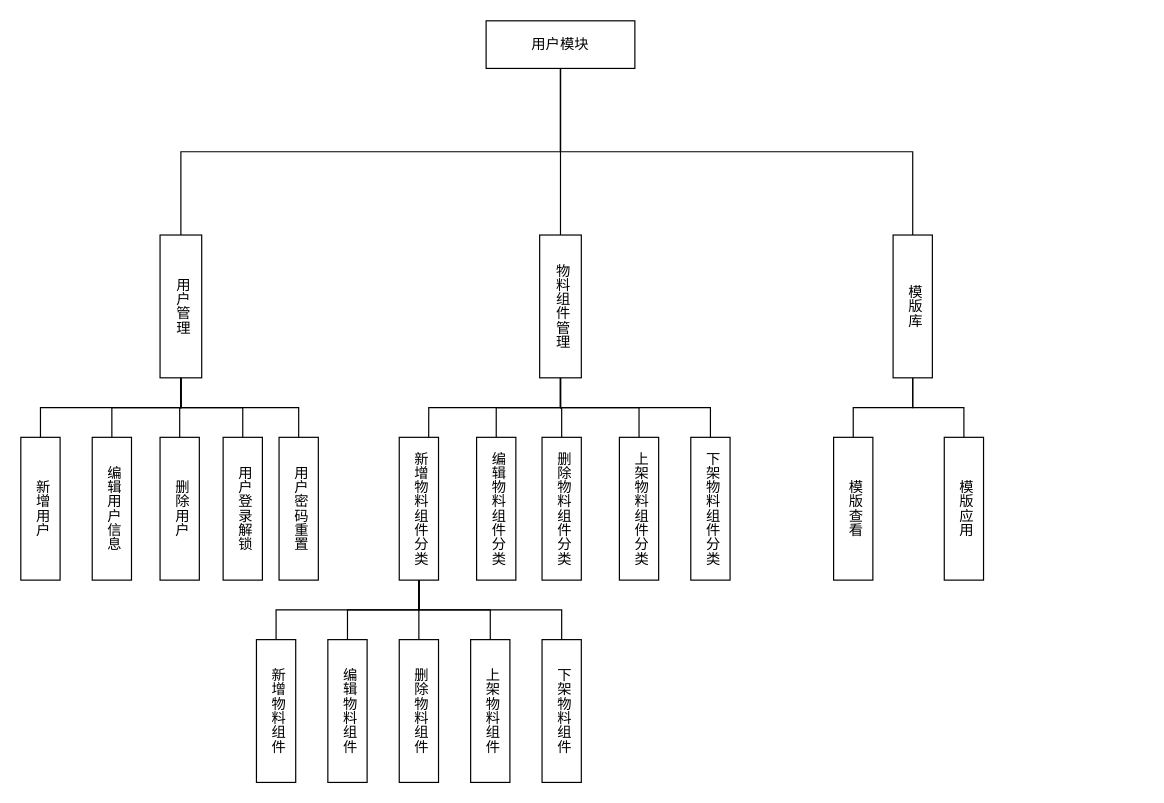
This is 后台管理模块结构图.drawio from yuxinyu12345/diagrams, a draw.io file, before an edit. Source tidied: cells renumbered, new cells numbered last; positions are measured from the earlier drawing's top-left corner, leaving out a move shared by most shapes. Both pictures are drawn from the tidied source at 119%, with x=0, y=0 at pixel (20, 20).
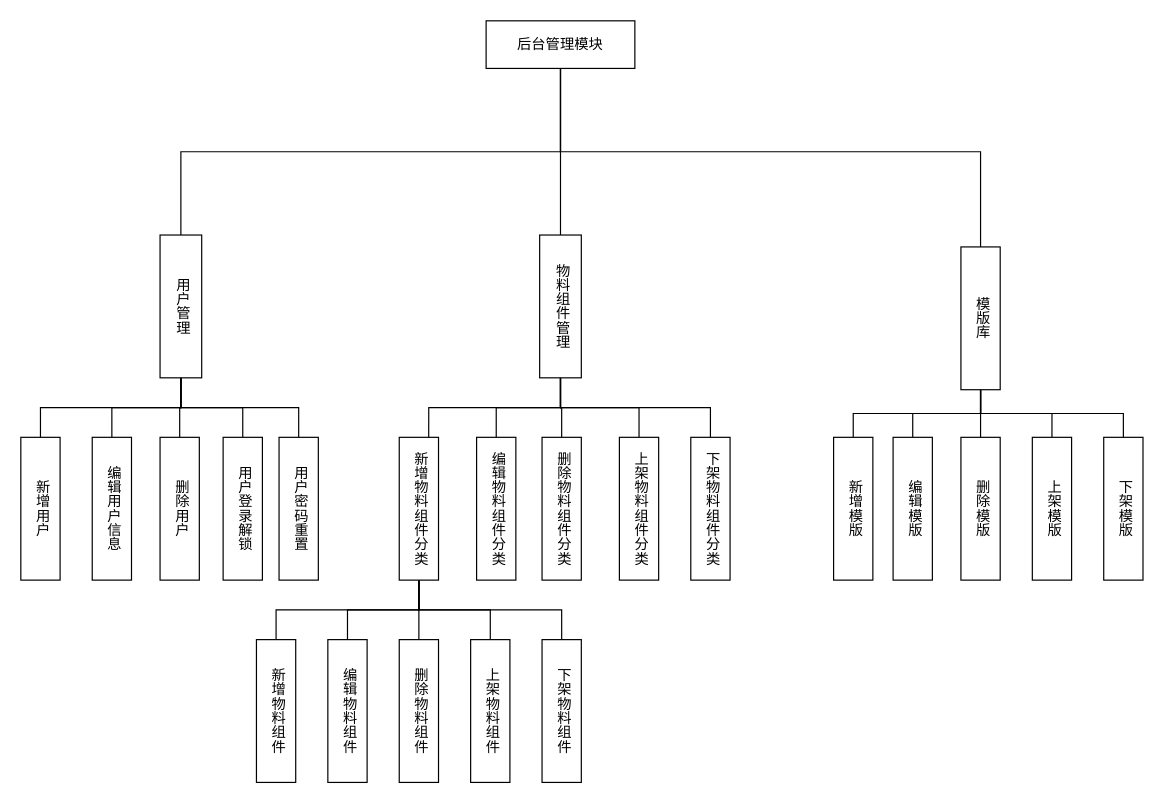
The same diagram, later.

Commit message (it also covers changes not shown here):
更新后台管理模块结构图.drawio

The edit, as a diff of the source:
```diff
@@
     <mxCell id="4" style="edgeStyle=orthogonalEdgeStyle;rounded=0;jettySize=auto;html=1;exitX=0.5;exitY=1;exitDx=0;exitDy=0;entryX=0.5;entryY=0;entryDx=0;entryDy=0;endArrow=none;endFill=0;" parent="1" edge="1" source="5" target="20">
-      <mxGeometry relative="1" as="geometry" />
+      <mxGeometry relative="1" as="geometry">
+        <Array as="points">
+          <mxPoint x="454" y="110" />
+          <mxPoint x="807" y="110" />
+        </Array>
+      </mxGeometry>
     </mxCell>
-    <mxCell id="5" value="用户模块" style="rounded=0;whiteSpace=wrap;html=1;" parent="1" vertex="1">
+    <mxCell id="5" value="后台管理模块" style="rounded=0;whiteSpace=wrap;html=1;" parent="1" vertex="1">
       <mxGeometry x="391" width="125" height="40" as="geometry" />
     </mxCell>
@@
+    <mxCell id="43" style="edgeStyle=orthogonalEdgeStyle;rounded=0;jettySize=auto;html=1;exitX=0.5;exitY=1;exitDx=0;exitDy=0;entryX=0.5;entryY=0;entryDx=0;entryDy=0;endArrow=none;endFill=0;" parent="1" edge="1" source="20" target="46">
+      <mxGeometry relative="1" as="geometry" />
+    </mxCell>
+    <mxCell id="44" style="edgeStyle=orthogonalEdgeStyle;rounded=0;jettySize=auto;html=1;exitX=0.5;exitY=1;exitDx=0;exitDy=0;entryX=0.5;entryY=0;entryDx=0;entryDy=0;endArrow=none;endFill=0;" parent="1" edge="1" source="20" target="47">
+      <mxGeometry relative="1" as="geometry" />
+    </mxCell>
+    <mxCell id="45" style="edgeStyle=orthogonalEdgeStyle;rounded=0;jettySize=auto;html=1;exitX=0.5;exitY=1;exitDx=0;exitDy=0;entryX=0.5;entryY=0;entryDx=0;entryDy=0;endArrow=none;endFill=0;" parent="1" edge="1" source="20" target="48">
+      <mxGeometry relative="1" as="geometry" />
+    </mxCell>
     <mxCell id="20" value="模版库" style="rounded=0;whiteSpace=wrap;html=1;verticalAlign=middle;align=center;labelPosition=center;verticalLabelPosition=middle;textDirection=vertical-rl;spacing=0;" parent="1" vertex="1">
-      <mxGeometry x="733" y="180" width="33" height="120" as="geometry" />
+      <mxGeometry x="790" y="190" width="33" height="120" as="geometry" />
     </mxCell>
@@
-    <mxCell id="37" value="模版查看" style="rounded=0;whiteSpace=wrap;html=1;verticalAlign=middle;align=center;labelPosition=center;verticalLabelPosition=middle;textDirection=vertical-rl;spacing=0;" parent="1" vertex="1">
+    <mxCell id="37" value="新增模版" style="rounded=0;whiteSpace=wrap;html=1;verticalAlign=middle;align=center;labelPosition=center;verticalLabelPosition=middle;textDirection=vertical-rl;spacing=0;" parent="1" vertex="1">
       <mxGeometry x="683" y="350" width="33" height="120" as="geometry" />
     </mxCell>
-    <mxCell id="38" value="模版应用" style="rounded=0;whiteSpace=wrap;html=1;verticalAlign=middle;align=center;labelPosition=center;verticalLabelPosition=middle;textDirection=vertical-rl;spacing=0;" parent="1" vertex="1">
-      <mxGeometry x="776" y="350" width="33" height="120" as="geometry" />
+    <mxCell id="38" value="编辑模版" style="rounded=0;whiteSpace=wrap;html=1;verticalAlign=middle;align=center;labelPosition=center;verticalLabelPosition=middle;textDirection=vertical-rl;spacing=0;" parent="1" vertex="1">
+      <mxGeometry x="733" y="350" width="33" height="120" as="geometry" />
     </mxCell>
@@
+    <mxCell id="46" value="删除模版" style="rounded=0;whiteSpace=wrap;html=1;verticalAlign=middle;align=center;labelPosition=center;verticalLabelPosition=middle;textDirection=vertical-rl;spacing=0;" parent="1" vertex="1">
+      <mxGeometry x="790" y="350" width="33" height="120" as="geometry" />
+    </mxCell>
+    <mxCell id="47" value="上架模版" style="rounded=0;whiteSpace=wrap;html=1;verticalAlign=middle;align=center;labelPosition=center;verticalLabelPosition=middle;textDirection=vertical-rl;spacing=0;" parent="1" vertex="1">
+      <mxGeometry x="850" y="350" width="33" height="120" as="geometry" />
+    </mxCell>
+    <mxCell id="48" value="下架模版" style="rounded=0;whiteSpace=wrap;html=1;verticalAlign=middle;align=center;labelPosition=center;verticalLabelPosition=middle;textDirection=vertical-rl;spacing=0;" parent="1" vertex="1">
+      <mxGeometry x="910" y="350" width="33" height="120" as="geometry" />
+    </mxCell>
```
